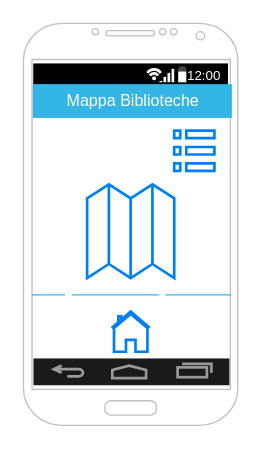
The draw.io diagram draw/skeleton/Mappa.drawio in AndreaDiTommaso/BiblioAQ, before the edit. Source tidied: cells renumbered, new cells numbered last; positions are measured from the earlier drawing's top-left corner, leaving out a move shared by most shapes. Both pictures are drawn from the tidied source at 134%, with x=0, y=0 at pixel (23, 23).
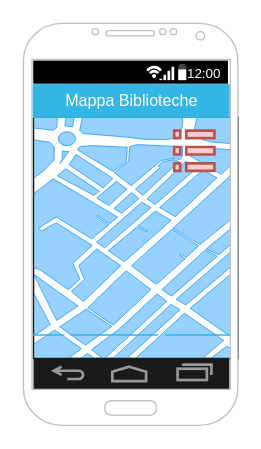
The same page after the edit.

What changed in the source:
```diff
@@
 <mxGraphModel>
   <root>
     <mxCell id="0" />
     <mxCell id="1" parent="0" />
-    <mxCell id="2" style="verticalLabelPosition=bottom;verticalAlign=top;html=1;shadow=0;dashed=0;strokeWidth=1;shape=mxgraph.android.phone2;strokeColor=#c0c0c0;" parent="1" vertex="1">
-      <mxGeometry width="160" height="300" as="geometry" />
-    </mxCell>
+    <mxCell id="10" style="verticalLabelPosition=bottom;verticalAlign=top;html=1;shadow=0;dashed=0;strokeWidth=1;shape=mxgraph.ios.iBgMap;strokeColor=#18211b;strokeColor2=#008cff;fillColor2=#96D1FF;" parent="1" vertex="1">
+      <mxGeometry x="7.5" y="70" width="152.5" height="180" as="geometry" />
+    </mxCell>
     <mxCell id="3" style="strokeWidth=1;html=1;shadow=0;dashed=0;shape=mxgraph.android.statusBar;align=center;fillColor=#000000;strokeColor=#ffffff;fontColor=#ffffff;fontSize=10;" parent="1" vertex="1">
-      <mxGeometry x="7.5" y="30" width="145" height="15.8" as="geometry" />
+      <mxGeometry x="7.5" y="27.8" width="145" height="17" as="geometry" />
     </mxCell>
     <mxCell id="4" value="&lt;font style=&quot;font-size: 12px&quot;&gt;Mappa Biblioteche&lt;/font&gt;" style="whiteSpace=wrap;html=1;shadow=0;dashed=0;fontSize=10;align=center;fillColor=#33b5e5;strokeColor=#33B5E5;fontColor=#FFFFFF;" parent="1" vertex="1">
-      <mxGeometry x="7.5" y="45.8" width="147.5" height="24.2" as="geometry" />
+      <mxGeometry x="7.5" y="45.8" width="146" height="24.2" as="geometry" />
     </mxCell>
-    <mxCell id="5" style="html=1;verticalLabelPosition=bottom;align=center;labelBackgroundColor=#ffffff;verticalAlign=top;strokeWidth=2;strokeColor=#0080F0;shadow=0;dashed=0;shape=mxgraph.ios7.icons.home;" parent="1" vertex="1">
-      <mxGeometry x="65.8" y="215" width="28.5" height="30" as="geometry" />
-    </mxCell>
     <mxCell id="6" style="verticalLabelPosition=bottom;verticalAlign=top;html=1;shadow=0;dashed=0;strokeWidth=2;shape=mxgraph.android.navigation_bar_1;fillColor=#1A1A1A;strokeColor=#999999;" parent="1" vertex="1">
-      <mxGeometry x="7.5" y="250" width="146.2" height="20" as="geometry" />
+      <mxGeometry x="7.5" y="250" width="146.2" height="23" as="geometry" />
     </mxCell>
     <mxCell id="7" style="verticalLabelPosition=bottom;verticalAlign=top;html=1;shadow=0;dashed=0;strokeWidth=1;shape=mxgraph.android.indeterminate_progress_bar;strokeColor=#33B5E5;" parent="1" vertex="1">
-      <mxGeometry x="6" y="200" width="149" height="5" as="geometry" />
+      <mxGeometry x="5.5" y="230" width="149" height="5" as="geometry" />
     </mxCell>
-    <mxCell id="8" style="html=1;verticalLabelPosition=bottom;align=center;labelBackgroundColor=#ffffff;verticalAlign=top;strokeWidth=2;strokeColor=#0080F0;shadow=0;dashed=0;shape=mxgraph.ios7.icons.map;" parent="1" vertex="1">
-      <mxGeometry x="47.5" y="120" width="65" height="70" as="geometry" />
-    </mxCell>
-    <mxCell id="9" style="html=1;verticalLabelPosition=bottom;align=center;labelBackgroundColor=#ffffff;verticalAlign=top;strokeWidth=2;strokeColor=#0080F0;shadow=0;dashed=0;shape=mxgraph.ios7.icons.preferences;" parent="1" vertex="1">
+    <mxCell id="9" style="html=1;verticalLabelPosition=bottom;align=center;labelBackgroundColor=#ffffff;verticalAlign=top;strokeWidth=2;strokeColor=#b85450;shadow=0;dashed=0;shape=mxgraph.ios7.icons.preferences;fillColor=#f8cecc;" parent="1" vertex="1">
       <mxGeometry x="112.5" y="80" width="30" height="30" as="geometry" />
     </mxCell>
+    <mxCell id="2" style="verticalLabelPosition=bottom;verticalAlign=top;html=1;shadow=0;dashed=0;strokeWidth=1;shape=mxgraph.android.phone2;strokeColor=#c0c0c0;" parent="1" vertex="1">
+      <mxGeometry width="160" height="300" as="geometry" />
+    </mxCell>
   </root>
 </mxGraphModel>
```
